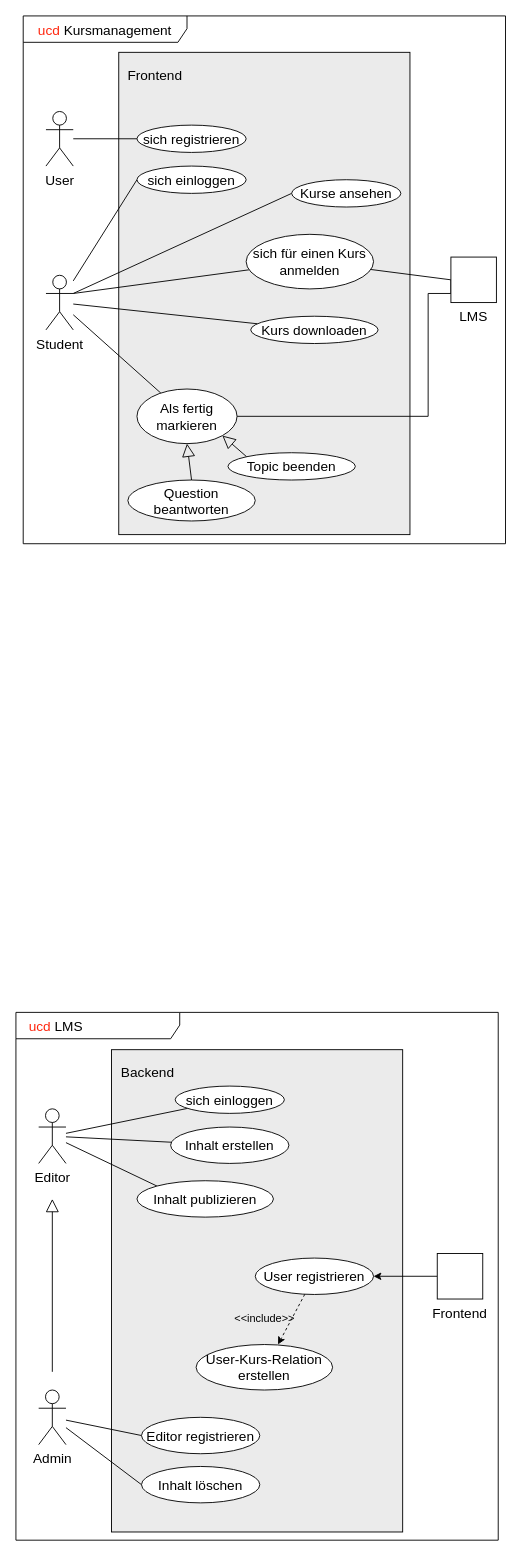
The draw.io diagram artifacts/use_case_diagram.drawio in womenGoingBeyond/.github, before the edit. Source tidied: cells renumbered, new cells numbered last; positions are measured from the earlier drawing's top-left corner, leaving out a move shared by most shapes. Both pictures are drawn from the tidied source at 91%, with x=0, y=0 at pixel (15, 15).
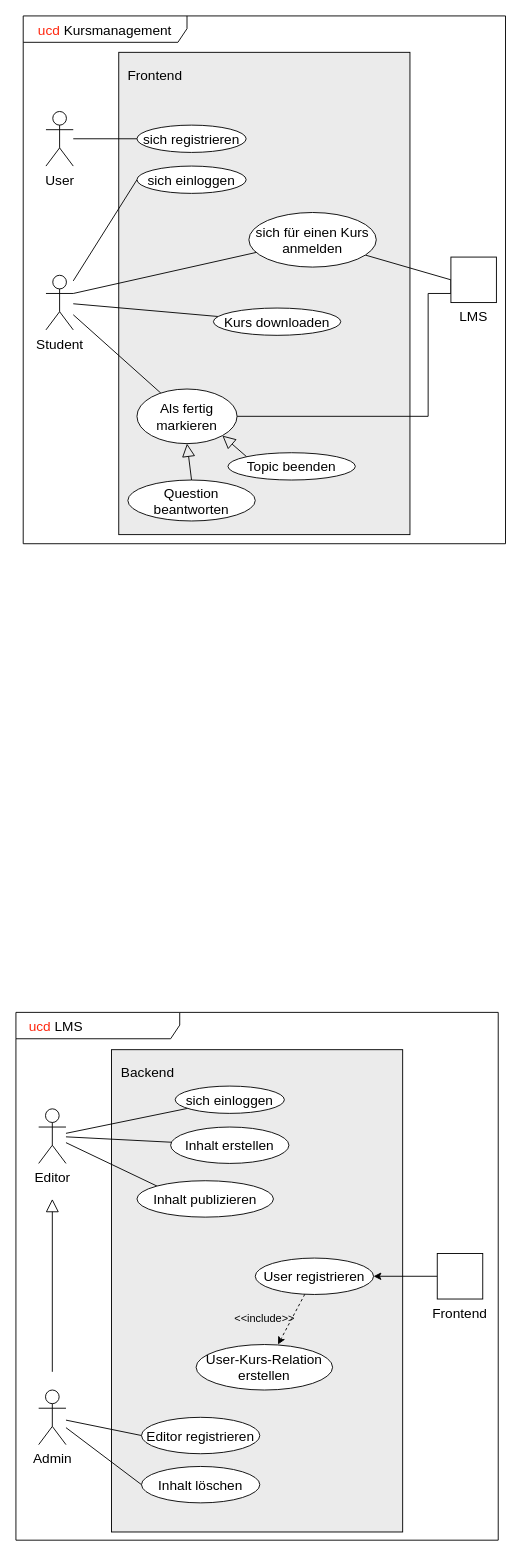
After the change.

Commit message:
Remove displaying courses

Unchanged cells that the change refers to:
```xml
<mxCell id="9" value="Student" style="shape=umlActor;verticalLabelPosition=bottom;verticalAlign=top;html=1;outlineConnect=0;fontSize=15;" parent="1" vertex="1">
  <mxGeometry x="33" y="285" width="30" height="60" as="geometry" />
</mxCell>
```

Change to the diagram source:
```diff
@@
-    <mxCell id="12" style="edgeStyle=none;rounded=0;jettySize=auto;html=1;entryX=1;entryY=0.3333333333333333;entryDx=0;entryDy=0;entryPerimeter=0;fontSize=15;endArrow=none;endFill=0;exitX=0;exitY=0.5;exitDx=0;exitDy=0;" parent="1" edge="1" source="13" target="9">
-      <mxGeometry relative="1" as="geometry" />
-    </mxCell>
-    <mxCell id="13" value="Kurse ansehen" style="ellipse;whiteSpace=wrap;html=1;fontSize=15;" parent="1" vertex="1">
-      <mxGeometry x="303" y="180" width="120" height="30" as="geometry" />
-    </mxCell>
@@
     <mxCell id="15" value="sich für einen Kurs anmelden" style="ellipse;whiteSpace=wrap;html=1;fontSize=15;" parent="1" vertex="1">
-      <mxGeometry x="253" y="240" width="140" height="60" as="geometry" />
+      <mxGeometry x="256" y="216" width="140" height="60" as="geometry" />
     </mxCell>
     <mxCell id="16" value="Kurs downloaden" style="ellipse;whiteSpace=wrap;html=1;fontSize=15;" parent="1" vertex="1">
-      <mxGeometry x="258" y="330" width="140" height="30" as="geometry" />
+      <mxGeometry x="217" y="321" width="140" height="30" as="geometry" />
     </mxCell>
```
